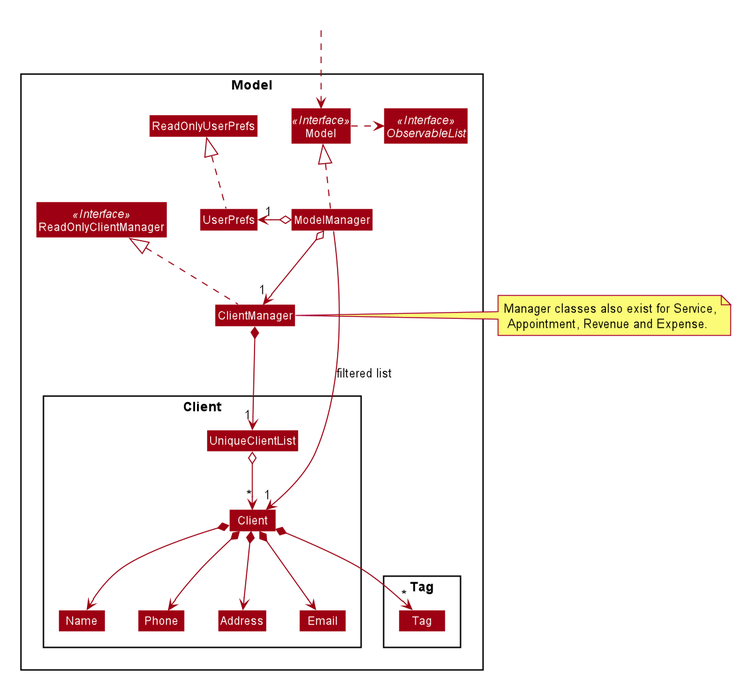
The PlantUML diagram docs/images/ModelClassDiagram.png in yanlynnnnn/tp, before a commit. The source it was exported from:
```plantuml
@startuml








skinparam BackgroundColor #FFFFFFF

skinparam Shadowing false

skinparam Class {
    FontColor #FFFFFF
    BorderThickness 1
    BorderColor #FFFFFF
    StereotypeFontColor #FFFFFF
    FontName Arial
    AttributeFontColor #FFFFFF
    AttributeIconSize 0
}

skinparam Actor {
    BorderColor #000000
    Color #000000
    FontName Arial
}

skinparam Sequence {
    MessageAlign center
    BoxFontSize 15
    BoxPadding 0
    BoxFontColor #FFFFFF
    FontName Arial
}

skinparam Participant {
    FontColor #FFFFFFF
    Padding 20
}

skinparam MinClassWidth 50
skinparam ParticipantPadding 10
skinparam Shadowing false
skinparam DefaultTextAlignment center
skinparam packageStyle Rectangle

hide footbox
hide circle
hide members
skinparam arrowThickness 1.1
skinparam arrowColor #9D0012
skinparam classBackgroundColor #9D0012

Package Model <<Rectangle>>{
Interface ReadOnlyClientManager <<Interface>>
Interface Model <<Interface>>
Interface ObservableList <<Interface>>
Class ClientManager
Class ReadOnlyClientManager
Class Model
Class ModelManager
Class UserPrefs
Class ReadOnlyUserPrefs

Package Client {
Class Client
Class Address
Class Email
Class Name
Class Phone
Class UniqueClientList
}

Package Tag {
Class Tag
}
}

Class HiddenOutside #FFFFFF
HiddenOutside ..> Model

ClientManager .up.|> ReadOnlyClientManager

ModelManager .up.|> Model
Model .right.> ObservableList
ModelManager o--> "1" ClientManager
ModelManager o-left-> "1" UserPrefs
UserPrefs .up.|> ReadOnlyUserPrefs

ClientManager *--> "1" UniqueClientList
UniqueClientList o--> "*"Client
Client *--> Name
Client *--> Phone
Client *--> Email
Client *--> Address
Client *--> "*" Tag

Name -[hidden]right-> Phone
Phone -[hidden]right-> Address
Address -[hidden]right-> Email

note right of ClientManager : Manager classes also exist for Service,\n Appointment, Revenue and Expense.

ModelManager -->"1" Client : filtered list
@enduml
```
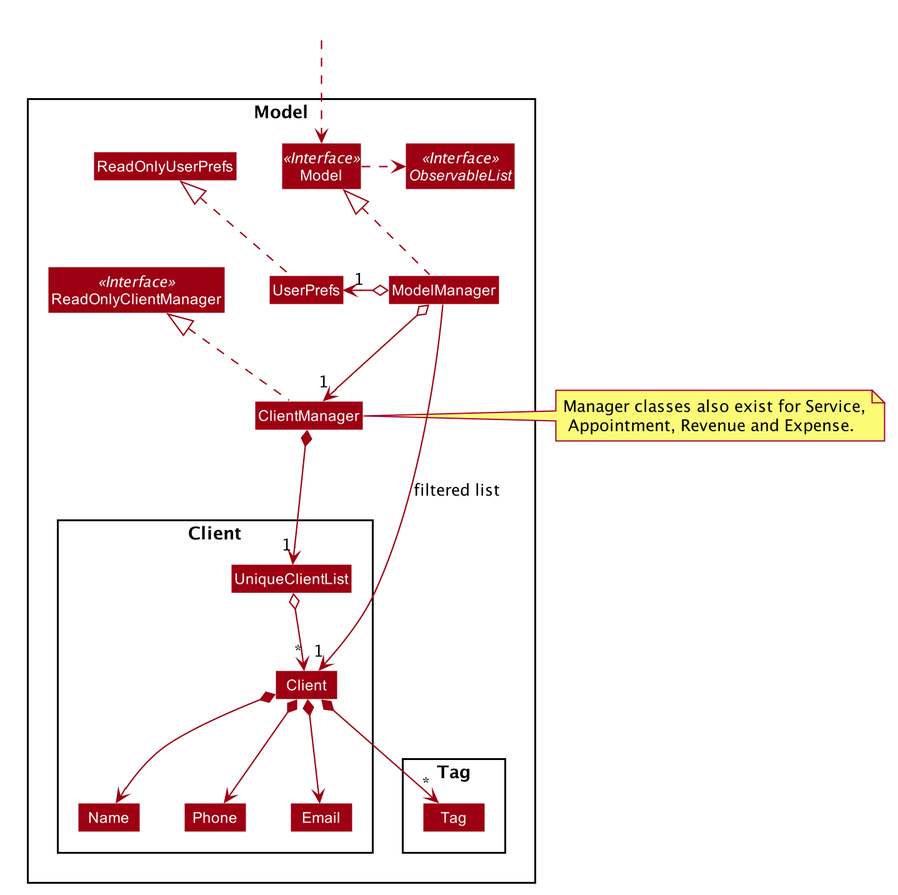
After the commit.

What changed in the source:
```diff
@@ -66,7 +66,6 @@
 
 Package Client {
 Class Client
-Class Address
 Class Email
 Class Name
 Class Phone
@@ -94,12 +93,9 @@
 Client *--> Name
 Client *--> Phone
 Client *--> Email
-Client *--> Address
 Client *--> "*" Tag
 
 Name -[hidden]right-> Phone
-Phone -[hidden]right-> Address
-Address -[hidden]right-> Email
 
 note right of ClientManager : Manager classes also exist for Service,\n Appointment, Revenue and Expense.
 
```
